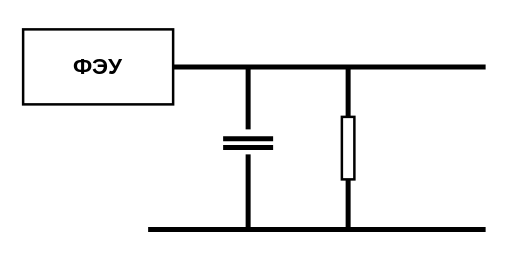
Earlier version of the draw.io diagram page "Page-4" (4 of 4) of Untitled Diagram.drawio (yanshtunder/board_miniEUSO). Source tidied: cells renumbered, new cells numbered last; positions are measured from the earlier drawing's top-left corner, leaving out a move shared by most shapes. Both pictures are drawn from the tidied source at 125%, with x=0, y=0 at pixel (22, 29).
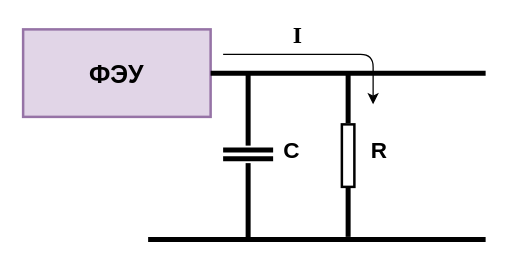
The same page after the edit.

The edit, as a diff of the source:
```diff
@@
-    <mxCell id="2" value="&lt;b&gt;&lt;font style=&quot;font-size: 18px&quot;&gt;ФЭУ&lt;/font&gt;&lt;/b&gt;" style="rounded=0;whiteSpace=wrap;html=1;strokeWidth=2;" parent="1" vertex="1">
-      <mxGeometry width="120" height="60" as="geometry" />
+    <mxCell id="2" value="&lt;b&gt;&lt;font style=&quot;font-size: 20px&quot;&gt;ФЭУ&lt;/font&gt;&lt;/b&gt;" style="rounded=0;whiteSpace=wrap;html=1;strokeWidth=2;fillColor=#e1d5e7;strokeColor=#9673a6;" parent="1" vertex="1">
+      <mxGeometry width="150" height="70" as="geometry" />
     </mxCell>
     <mxCell id="3" style="endArrow=none;html=1;strokeWidth=4;exitX=1;exitY=0.5;exitDx=0;exitDy=0;" parent="1" edge="1" source="2">
       <mxGeometry relative="1" as="geometry">
-        <mxPoint x="370" y="30" as="targetPoint" />
+        <mxPoint x="370" y="35" as="targetPoint" />
       </mxGeometry>
     </mxCell>
     <mxCell id="4" style="endArrow=none;html=1;strokeWidth=4;" parent="1" edge="1">
       <mxGeometry relative="1" as="geometry">
-        <mxPoint x="180" y="80" as="sourcePoint" />
-        <mxPoint x="180" y="30" as="targetPoint" />
+        <mxPoint x="180" y="93" as="sourcePoint" />
+        <mxPoint x="180" y="36" as="targetPoint" />
       </mxGeometry>
     </mxCell>
     <mxCell id="5" style="shape=link;html=1;strokeWidth=4;" parent="1" edge="1">
       <mxGeometry relative="1" as="geometry">
-        <mxPoint x="160" y="91" as="sourcePoint" />
-        <mxPoint x="200" y="91" as="targetPoint" />
+        <mxPoint x="160" y="100" as="sourcePoint" />
+        <mxPoint x="200" y="100" as="targetPoint" />
       </mxGeometry>
     </mxCell>
     <mxCell id="6" style="endArrow=none;html=1;strokeWidth=4;" parent="1" edge="1">
       <mxGeometry relative="1" as="geometry">
-        <mxPoint x="180" y="160" as="sourcePoint" />
-        <mxPoint x="180" y="100" as="targetPoint" />
+        <mxPoint x="180" y="167" as="sourcePoint" />
+        <mxPoint x="180" y="107" as="targetPoint" />
       </mxGeometry>
     </mxCell>
     <mxCell id="7" style="endArrow=none;html=1;strokeWidth=4;" parent="1" edge="1">
       <mxGeometry relative="1" as="geometry">
-        <mxPoint x="100" y="160" as="sourcePoint" />
-        <mxPoint x="370" y="160" as="targetPoint" />
+        <mxPoint x="100" y="168" as="sourcePoint" />
+        <mxPoint x="370" y="168" as="targetPoint" />
       </mxGeometry>
     </mxCell>
     <mxCell id="8" style="endArrow=none;html=1;strokeWidth=4;" parent="1" edge="1">
       <mxGeometry relative="1" as="geometry">
-        <mxPoint x="260" y="70" as="sourcePoint" />
-        <mxPoint x="260" y="30" as="targetPoint" />
+        <mxPoint x="260" y="75" as="sourcePoint" />
+        <mxPoint x="260" y="35" as="targetPoint" />
       </mxGeometry>
     </mxCell>
     <mxCell id="9" style="endArrow=none;html=1;strokeWidth=4;" parent="1" edge="1">
       <mxGeometry relative="1" as="geometry">
-        <mxPoint x="260" y="120" as="sourcePoint" />
-        <mxPoint x="260" y="160" as="targetPoint" />
+        <mxPoint x="260" y="126" as="sourcePoint" />
+        <mxPoint x="260" y="166" as="targetPoint" />
       </mxGeometry>
     </mxCell>
     <mxCell id="10" style="rounded=0;whiteSpace=wrap;html=1;strokeWidth=2;" parent="1" vertex="1">
-      <mxGeometry x="255" y="70" width="10" height="50" as="geometry" />
+      <mxGeometry x="255" y="76" width="10" height="50" as="geometry" />
     </mxCell>
+    <mxCell id="11" style="endArrow=classic;html=1;" parent="1" edge="1">
+      <mxGeometry relative="1" as="geometry">
+        <mxPoint x="160" y="20" as="sourcePoint" />
+        <mxPoint x="280" y="60" as="targetPoint" />
+        <Array as="points">
+          <mxPoint x="280" y="20" />
+        </Array>
+      </mxGeometry>
+    </mxCell>
+    <mxCell id="12" value="&lt;font size=&quot;1&quot;&gt;&lt;b style=&quot;font-size: 18px&quot;&gt;R&lt;/b&gt;&lt;/font&gt;" style="text;html=1;strokeColor=none;fillColor=none;align=center;verticalAlign=middle;whiteSpace=wrap;rounded=0;" parent="1" vertex="1">
+      <mxGeometry x="265" y="87" width="40" height="20" as="geometry" />
+    </mxCell>
+    <mxCell id="13" value="&lt;font style=&quot;font-size: 18px&quot;&gt;&lt;b&gt;C&lt;/b&gt;&lt;/font&gt;" style="text;html=1;strokeColor=none;fillColor=none;align=center;verticalAlign=middle;whiteSpace=wrap;rounded=0;" parent="1" vertex="1">
+      <mxGeometry x="195" y="87" width="40" height="20" as="geometry" />
+    </mxCell>
+    <mxCell id="14" value="&lt;font face=&quot;Times New Roman&quot; size=&quot;1&quot;&gt;&lt;b style=&quot;font-size: 19px&quot;&gt;I&lt;/b&gt;&lt;/font&gt;" style="text;html=1;strokeColor=none;fillColor=none;align=center;verticalAlign=middle;whiteSpace=wrap;rounded=0;" parent="1" vertex="1">
+      <mxGeometry x="200" y="-5" width="40" height="20" as="geometry" />
+    </mxCell>
```
